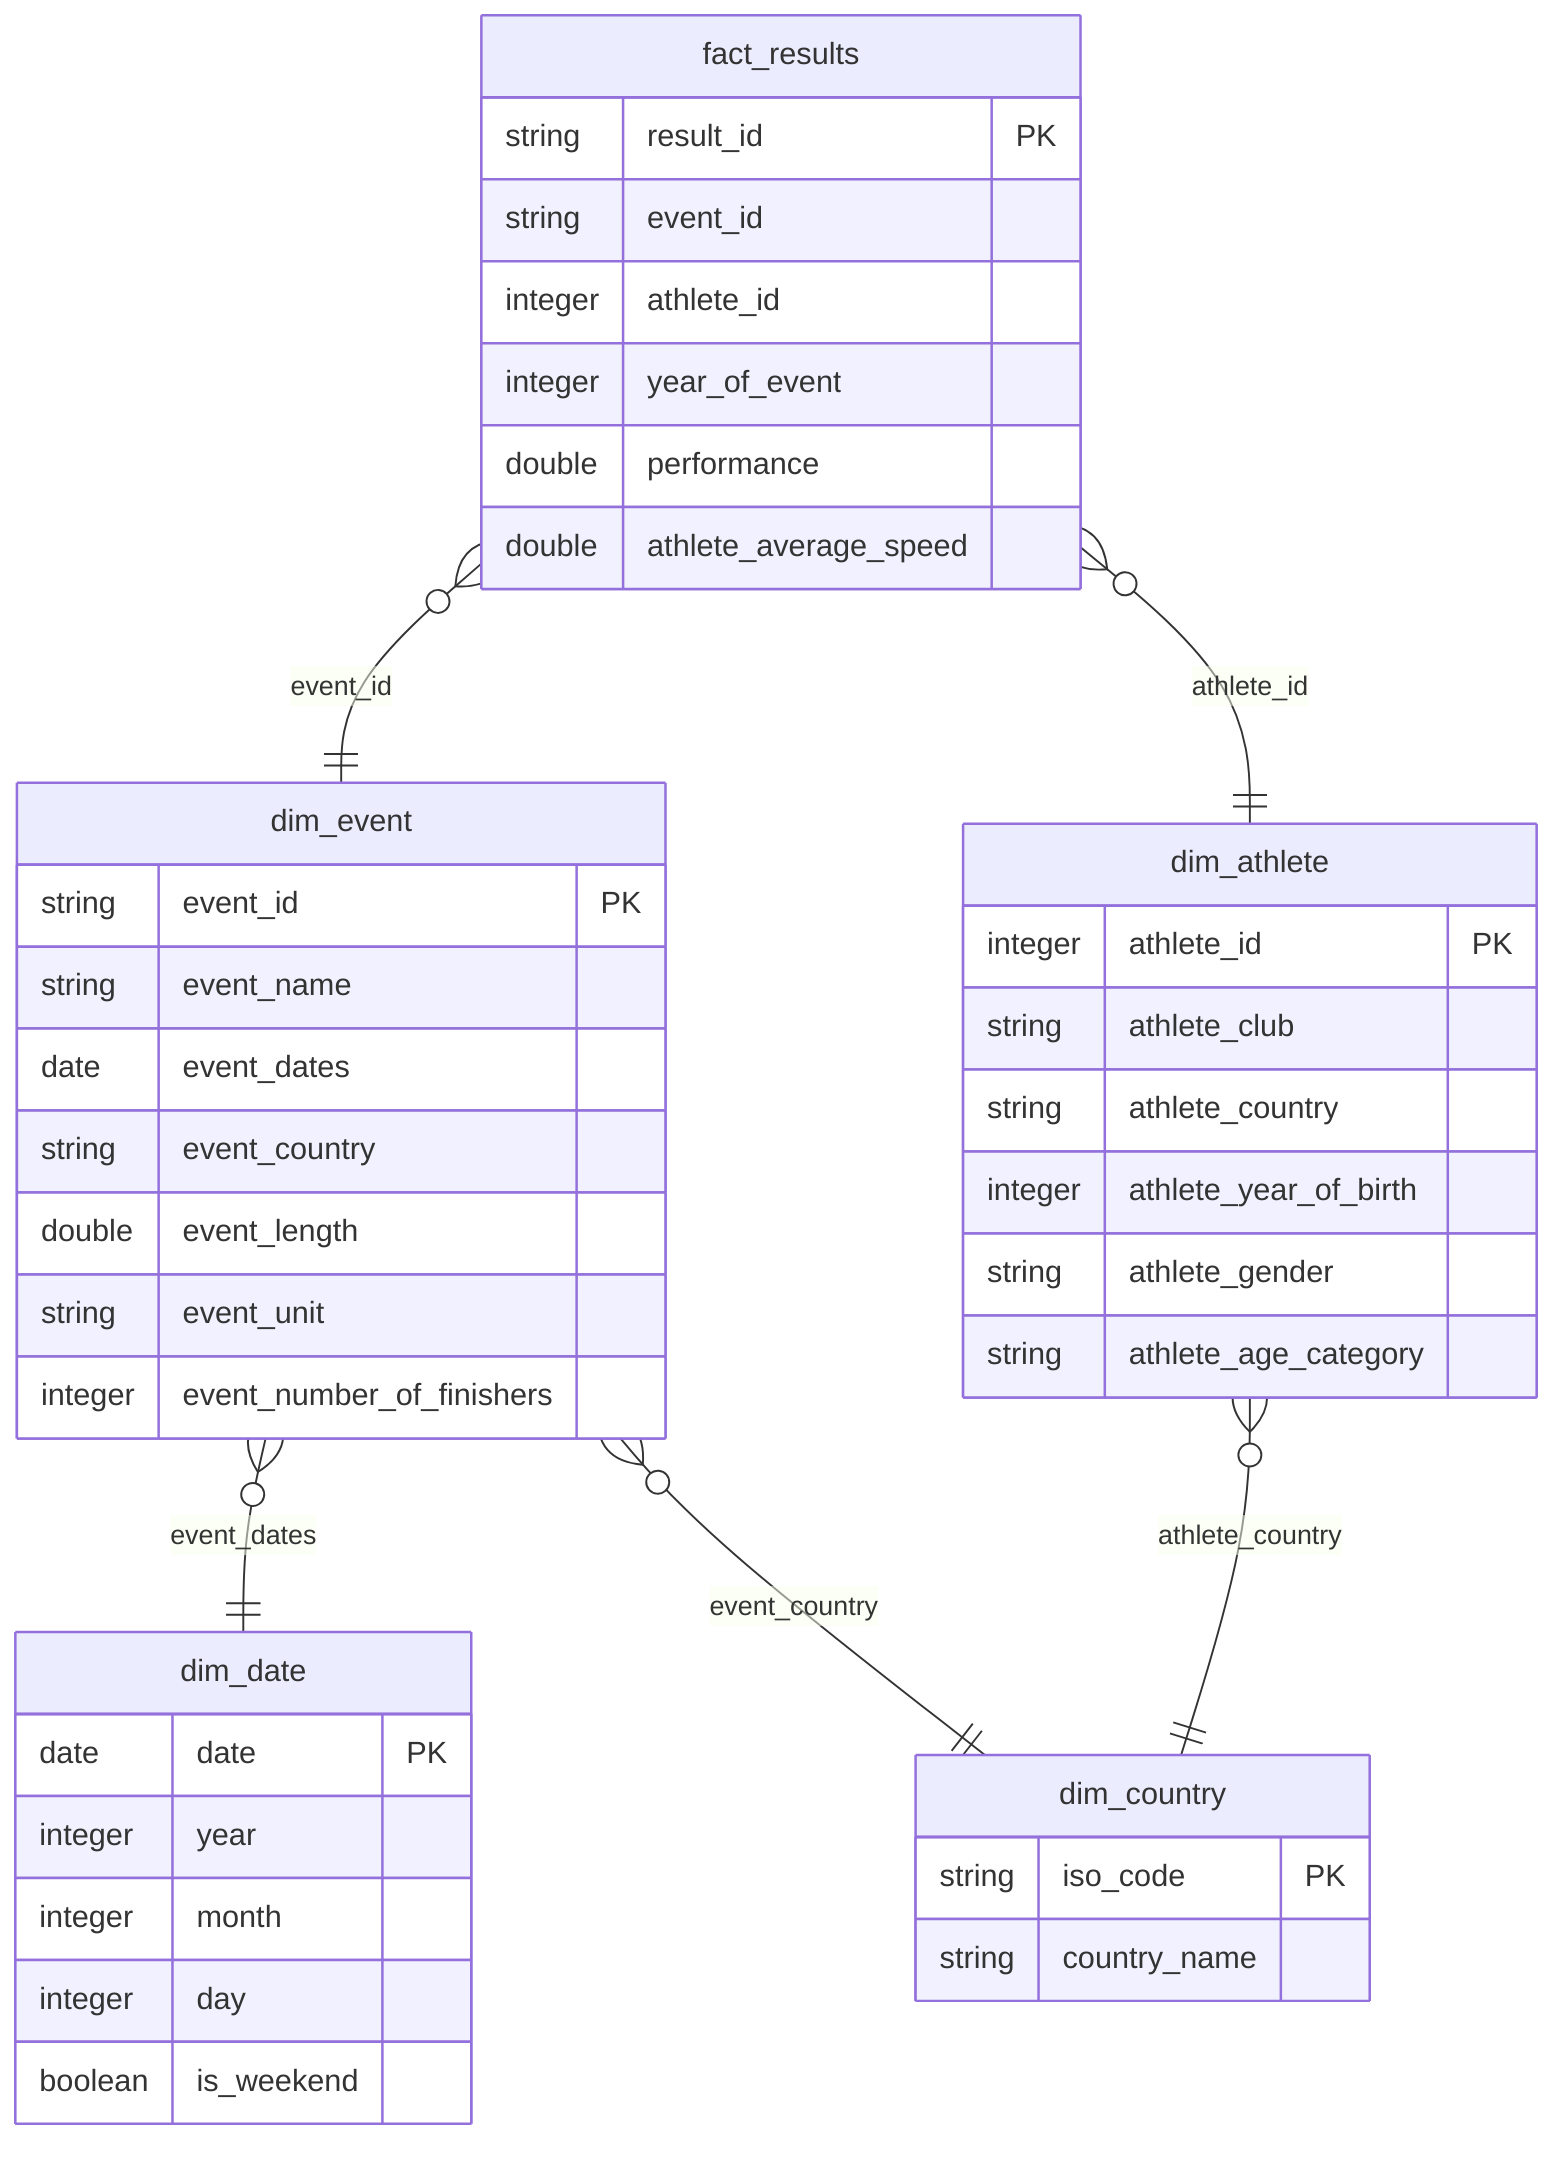
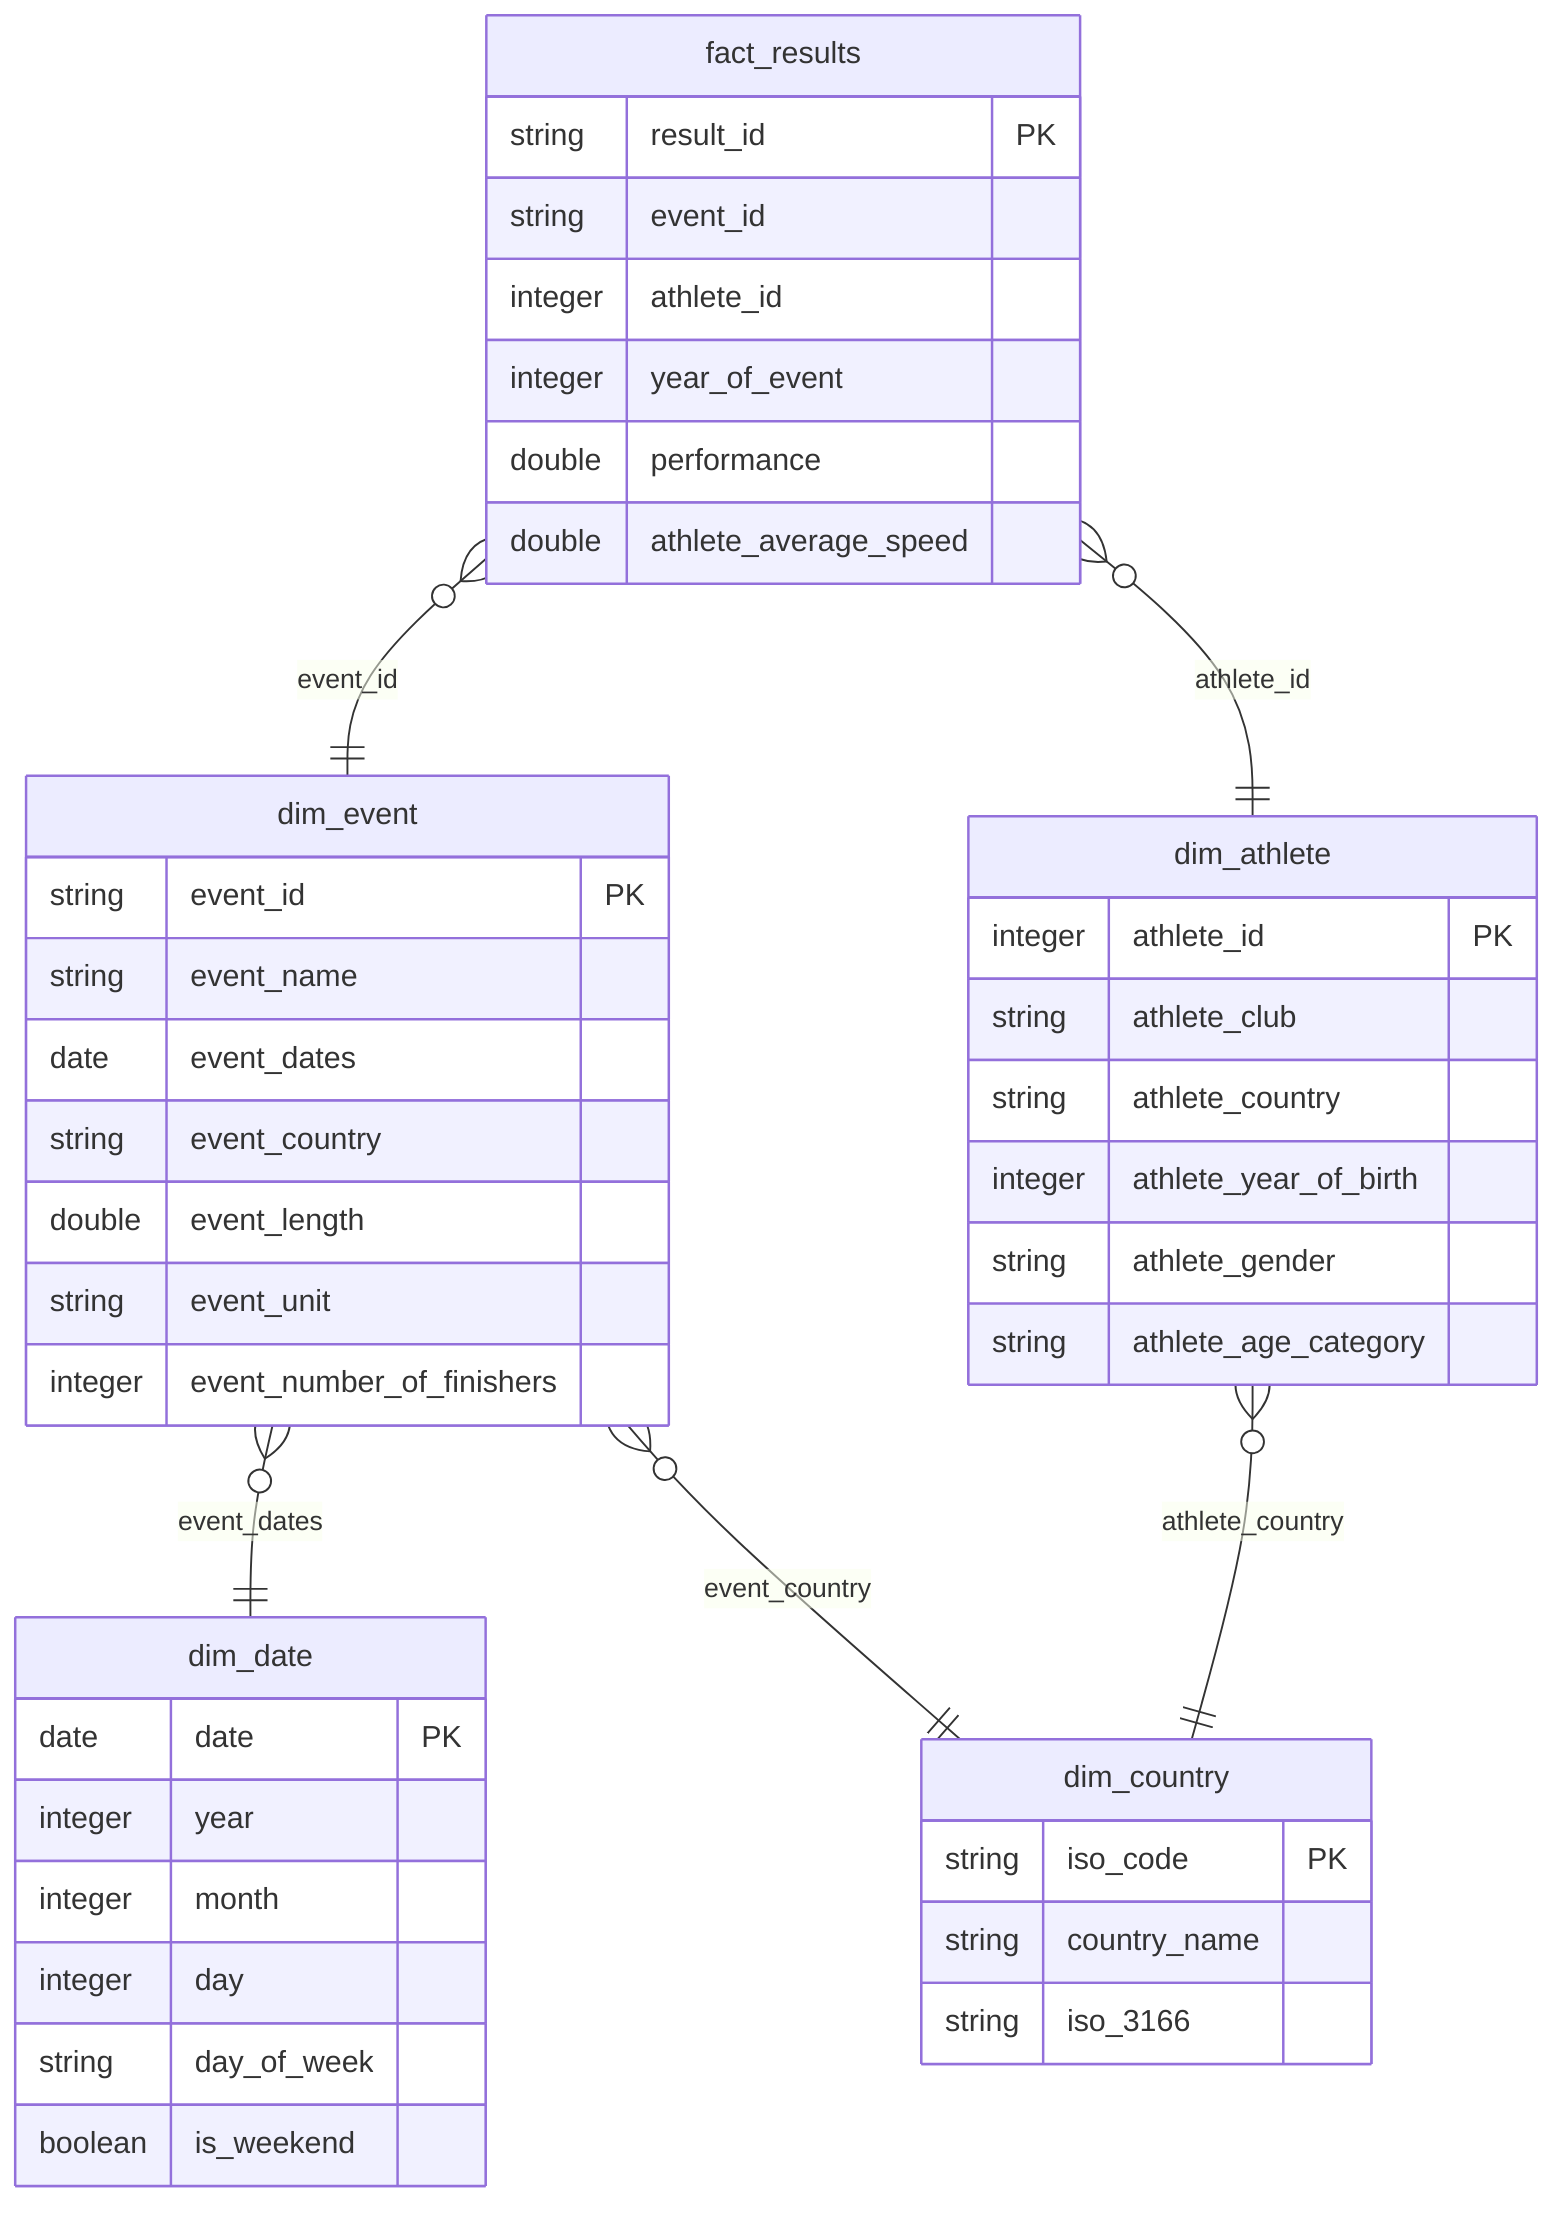
erDiagram
    fact_results {
        string result_id PK
        string event_id
        integer athlete_id
        integer year_of_event
        double performance
        double athlete_average_speed
    }

    dim_event {
        string event_id PK
        string event_name
        date event_dates
        string event_country
        double event_length
        string event_unit
        integer event_number_of_finishers
    }

    dim_athlete {
        integer athlete_id PK
        string athlete_club
        string athlete_country
        integer athlete_year_of_birth
        string athlete_gender
        string athlete_age_category
    }

    dim_date {
        date date PK
        integer year
        integer month
        integer day
+         string day_of_week
        boolean is_weekend
    }

    dim_country {
        string iso_code PK
        string country_name
+         string iso_3166
    }

    fact_results }o--|| dim_event : "event_id"
    fact_results }o--|| dim_athlete : "athlete_id"
    dim_event }o--|| dim_date : "event_dates"
    dim_event }o--|| dim_country : "event_country"
    dim_athlete }o--|| dim_country : "athlete_country"
